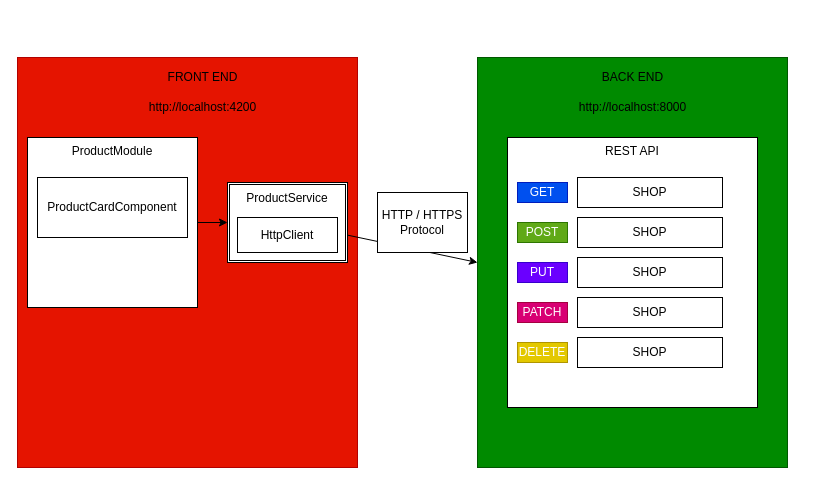
hello-world-capitanes/tienda-online-server-alumnos keeps this draw.io diagram as documents/frontend-vs-backend.drawio. Above is the earlier version. Source tidied: cells renumbered, new cells numbered last; positions are measured from the earlier drawing's top-left corner, leaving out a move shared by most shapes. Both pictures are drawn from the tidied source at 100%, with x=0, y=0 at pixel (17, 57). Pictures stored in the file or linked from it are replaced by grey dashed boxes.
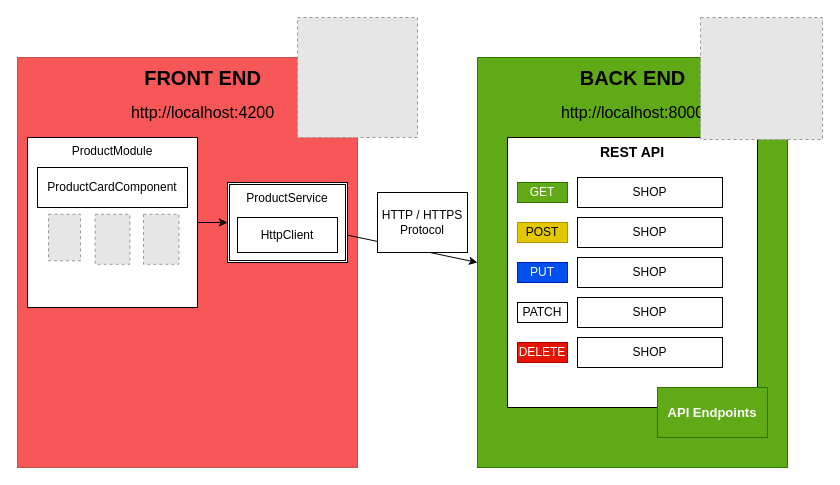
Above is the later version.

Change to the diagram source:
```diff
@@
-    <mxCell id="2" style="rounded=0;whiteSpace=wrap;html=1;fillColor=#e51400;fontColor=#ffffff;strokeColor=#B20000;" parent="1" vertex="1">
+    <mxCell id="2" style="rounded=0;whiteSpace=wrap;html=1;fillColor=#F85757;strokeColor=#b85450;" parent="1" vertex="1">
       <mxGeometry width="340" height="410" as="geometry" />
     </mxCell>
-    <mxCell id="3" value="FRONT END" style="text;html=1;align=center;verticalAlign=middle;strokeColor=none;fillColor=none;" parent="1" vertex="1">
-      <mxGeometry x="140" y="10" width="90" height="20" as="geometry" />
+    <mxCell id="3" value="FRONT END" style="text;html=1;align=center;verticalAlign=middle;strokeColor=none;fillColor=none;strokeWidth=1;fontStyle=1;fontSize=20;" parent="1" vertex="1">
+      <mxGeometry x="120" y="5" width="130" height="30" as="geometry" />
     </mxCell>
-    <mxCell id="4" style="rounded=0;whiteSpace=wrap;html=1;fillColor=#008a00;fontColor=#ffffff;strokeColor=#005700;" parent="1" vertex="1">
+    <mxCell id="4" style="rounded=0;whiteSpace=wrap;html=1;fillColor=#60a917;strokeColor=#2D7600;fontColor=#ffffff;" parent="1" vertex="1">
       <mxGeometry x="460" width="310" height="410" as="geometry" />
     </mxCell>
-    <mxCell id="5" value="BACK END" style="text;html=1;align=center;verticalAlign=middle;strokeColor=none;fillColor=none;" parent="1" vertex="1">
-      <mxGeometry x="575" y="10" width="80" height="20" as="geometry" />
+    <mxCell id="5" value="BACK END" style="text;html=1;align=center;verticalAlign=middle;strokeColor=none;fillColor=none;fontSize=20;fontStyle=1;" parent="1" vertex="1">
+      <mxGeometry x="555" y="5" width="120" height="30" as="geometry" />
     </mxCell>
-    <mxCell id="6" value="http://localhost:4200" style="text;html=1;align=center;verticalAlign=middle;strokeColor=none;fillColor=none;" parent="1" vertex="1">
-      <mxGeometry x="125" y="40" width="120" height="20" as="geometry" />
+    <mxCell id="6" value="http://localhost:4200" style="text;html=1;align=center;verticalAlign=middle;strokeColor=none;fillColor=none;fontSize=16;" parent="1" vertex="1">
+      <mxGeometry x="105" y="45" width="160" height="20" as="geometry" />
     </mxCell>
-    <mxCell id="7" value="http://localhost:8000" style="text;html=1;align=center;verticalAlign=middle;strokeColor=none;fillColor=none;" parent="1" vertex="1">
-      <mxGeometry x="555" y="40" width="120" height="20" as="geometry" />
+    <mxCell id="7" value="http://localhost:8000" style="text;html=1;align=center;verticalAlign=middle;strokeColor=none;fillColor=none;fontSize=16;" parent="1" vertex="1">
+      <mxGeometry x="535" y="45" width="160" height="20" as="geometry" />
     </mxCell>
@@
     <mxCell id="10" value="ProductCardComponent" style="rounded=0;whiteSpace=wrap;html=1;" parent="1" vertex="1">
-      <mxGeometry x="20" y="120" width="150" height="60" as="geometry" />
+      <mxGeometry x="20" y="110" width="150" height="40" as="geometry" />
     </mxCell>
@@
-    <mxCell id="15" value="REST API" style="rounded=0;whiteSpace=wrap;html=1;verticalAlign=top;" parent="1" vertex="1">
+    <mxCell id="15" value="REST API" style="rounded=0;whiteSpace=wrap;html=1;verticalAlign=top;fontStyle=1;fontSize=14;" parent="1" vertex="1">
       <mxGeometry x="490" y="80" width="250" height="270" as="geometry" />
     </mxCell>
@@
-    <mxCell id="17" value="GET" style="rounded=0;whiteSpace=wrap;html=1;fillColor=#0050ef;fontColor=#ffffff;strokeColor=#001DBC;" parent="1" vertex="1">
+    <mxCell id="17" value="GET" style="rounded=0;whiteSpace=wrap;html=1;fillColor=#60a917;fontColor=#ffffff;strokeColor=#2D7600;" parent="1" vertex="1">
       <mxGeometry x="500" y="125" width="50" height="20" as="geometry" />
     </mxCell>
@@
-    <mxCell id="19" value="POST" style="rounded=0;whiteSpace=wrap;html=1;fillColor=#60a917;fontColor=#ffffff;strokeColor=#2D7600;" parent="1" vertex="1">
+    <mxCell id="19" value="POST" style="rounded=0;whiteSpace=wrap;html=1;fillColor=#e3c800;fontColor=#000000;strokeColor=#B09500;" parent="1" vertex="1">
       <mxGeometry x="500" y="165" width="50" height="20" as="geometry" />
     </mxCell>
@@
-    <mxCell id="21" value="PUT" style="rounded=0;whiteSpace=wrap;html=1;fillColor=#6a00ff;fontColor=#ffffff;strokeColor=#3700CC;" parent="1" vertex="1">
+    <mxCell id="21" value="PUT" style="rounded=0;whiteSpace=wrap;html=1;fillColor=#0050ef;fontColor=#ffffff;strokeColor=#001DBC;" parent="1" vertex="1">
       <mxGeometry x="500" y="205" width="50" height="20" as="geometry" />
     </mxCell>
@@
-    <mxCell id="23" value="PATCH" style="rounded=0;whiteSpace=wrap;html=1;fillColor=#d80073;fontColor=#ffffff;strokeColor=#A50040;" parent="1" vertex="1">
+    <mxCell id="23" value="PATCH" style="rounded=0;whiteSpace=wrap;html=1;" parent="1" vertex="1">
       <mxGeometry x="500" y="245" width="50" height="20" as="geometry" />
     </mxCell>
@@
-    <mxCell id="25" value="DELETE" style="rounded=0;whiteSpace=wrap;html=1;fillColor=#e3c800;fontColor=#FFFFFF;strokeColor=#B09500;" parent="1" vertex="1">
+    <mxCell id="25" value="DELETE" style="rounded=0;whiteSpace=wrap;html=1;fillColor=#e51400;fontColor=#ffffff;strokeColor=#B20000;" parent="1" vertex="1">
       <mxGeometry x="500" y="285" width="50" height="20" as="geometry" />
     </mxCell>
+    <mxCell id="26" value="API Endpoints" style="rounded=0;whiteSpace=wrap;html=1;fillColor=#60a917;fontColor=#ffffff;strokeColor=#2D7600;fontStyle=1;fontSize=13;" parent="1" vertex="1">
+      <mxGeometry x="640" y="330" width="110" height="50" as="geometry" />
+    </mxCell>
+    <mxCell id="27" style="fillColor=#E6E6E6;strokeColor=#999999;dashed=1;verticalLabelPosition=bottom;labelBackgroundColor=#ffffff;verticalAlign=top;" parent="1" vertex="1">
+      <mxGeometry x="280" y="-40" width="120" height="120" as="geometry" />
+    </mxCell>
+    <mxCell id="28" style="fillColor=#E6E6E6;strokeColor=#999999;dashed=1;verticalLabelPosition=bottom;labelBackgroundColor=#ffffff;verticalAlign=top;" parent="1" vertex="1">
+      <mxGeometry x="683" y="-40" width="122" height="122" as="geometry" />
+    </mxCell>
+    <mxCell id="29" style="fillColor=#E6E6E6;strokeColor=#999999;dashed=1;verticalLabelPosition=bottom;labelBackgroundColor=#ffffff;verticalAlign=top;" parent="1" vertex="1">
+      <mxGeometry x="31" y="156.8" width="32" height="46.5" as="geometry" />
+    </mxCell>
+    <mxCell id="30" style="fillColor=#E6E6E6;strokeColor=#999999;dashed=1;verticalLabelPosition=bottom;labelBackgroundColor=#ffffff;verticalAlign=top;" parent="1" vertex="1">
+      <mxGeometry x="126" y="156.8" width="35.4" height="50" as="geometry" />
+    </mxCell>
+    <mxCell id="31" style="fillColor=#E6E6E6;strokeColor=#999999;dashed=1;verticalLabelPosition=bottom;labelBackgroundColor=#ffffff;verticalAlign=top;" parent="1" vertex="1">
+      <mxGeometry x="77.7" y="156.8" width="34.7" height="50" as="geometry" />
+    </mxCell>
```
